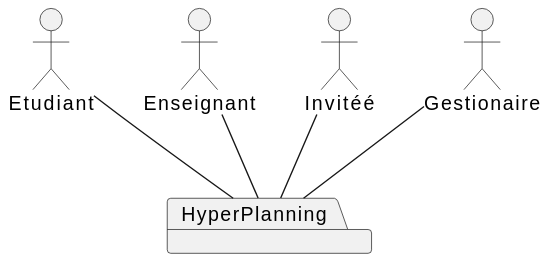
Above: figures/statique.svg in MasterDID2022/sopra-project-report-LHD (PlantUML), before the change.
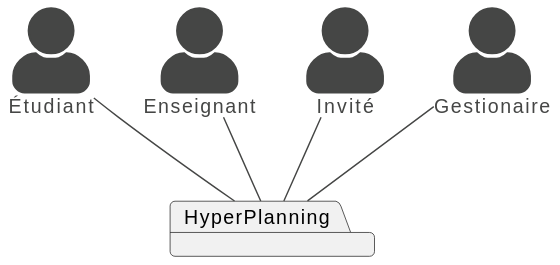
After the commit.

The edit, as a diff of the source:
```diff
@@ -1,13 +1,15 @@
 @startuml
-actor Etudiant
+!theme vibrant
+skinparam actorStyle awesome
+actor Étudiant
 actor Enseignant
-actor Invitéé
+actor Invité
 actor Gestionaire
 package HyperPlanning{
 
 }
-Etudiant -- HyperPlanning
+"Étudiant" -- HyperPlanning
 Enseignant -- HyperPlanning
-Invitéé -- HyperPlanning
+Invité -- HyperPlanning
 Gestionaire -- HyperPlanning
 @enduml
```
